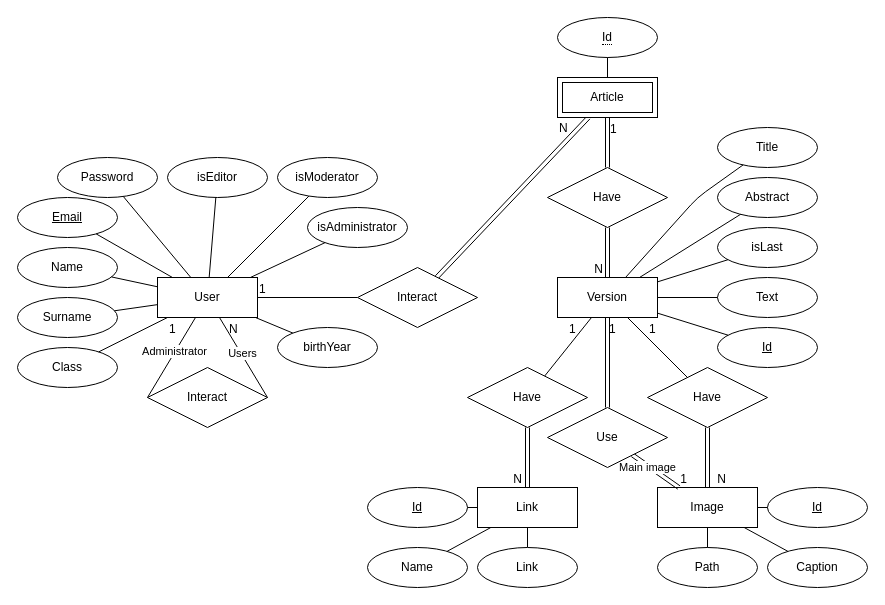
Above: docs/ER/wikistudenti_er.drawio in LucaAvveduto/5C_WikiStudenti_Avveduto_Barani_Brambilla_Cecire (draw.io), before the change. Source tidied: cells renumbered, new cells numbered last; positions are measured from the earlier drawing's top-left corner, leaving out a move shared by most shapes. Both pictures are drawn from the tidied source at 100%, with x=0, y=0 at pixel (17, 17).
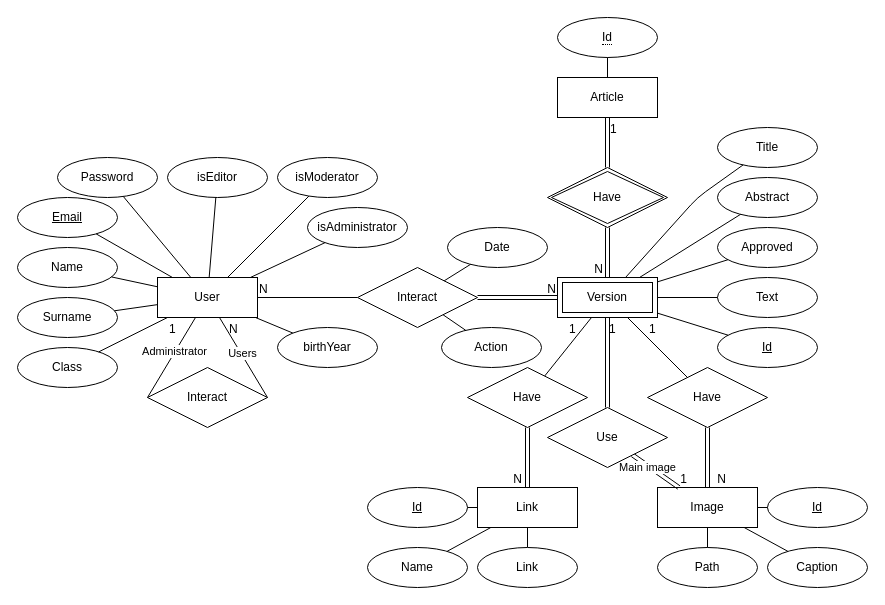
After the change.

The change refers to these unchanged cells:
```xml
<mxCell id="15" style="endArrow=none;html=1;rounded=0;" parent="1" edge="1" source="2" target="17">
  <mxGeometry relative="1" as="geometry" />
</mxCell>
<mxCell id="17" value="Interact" style="shape=rhombus;perimeter=rhombusPerimeter;whiteSpace=wrap;html=1;align=center;" parent="1" vertex="1">
  <mxGeometry x="340" y="250" width="120" height="60" as="geometry" />
</mxCell>
```

The edit, as a diff of the source:
```diff
@@
-    <mxCell id="3" value="Version" style="whiteSpace=wrap;html=1;align=center;" parent="1" vertex="1">
-      <mxGeometry x="540" y="260" width="100" height="40" as="geometry" />
-    </mxCell>
@@
-    <mxCell id="13" style="endArrow=none;html=1;rounded=0;shape=link;" parent="1" edge="1" source="17" target="74">
+    <mxCell id="13" style="endArrow=none;html=1;rounded=0;shape=link;" parent="1" edge="1" source="17" target="3">
       <mxGeometry relative="1" as="geometry" />
     </mxCell>
@@
-    <mxCell id="16" value="1" style="html=1;whiteSpace=wrap;align=left;verticalAlign=bottom;" parent="15" vertex="1">
+    <mxCell id="16" value="N" style="html=1;whiteSpace=wrap;align=left;verticalAlign=bottom;" parent="15" vertex="1">
       <mxGeometry x="-1" relative="1" as="geometry" />
     </mxCell>
@@
-    <mxCell id="59" value="isLast" style="ellipse;whiteSpace=wrap;html=1;align=center;" parent="1" vertex="1">
+    <mxCell id="59" value="Approved" style="ellipse;whiteSpace=wrap;html=1;align=center;" parent="1" vertex="1">
       <mxGeometry x="700" y="210" width="100" height="40" as="geometry" />
     </mxCell>
@@
-    <mxCell id="74" value="Article" style="shape=ext;margin=3;double=1;whiteSpace=wrap;html=1;align=center;" parent="1" vertex="1">
-      <mxGeometry x="540" y="60" width="100" height="40" as="geometry" />
-    </mxCell>
@@
-    <mxCell id="79" value="Have" style="shape=rhombus;perimeter=rhombusPerimeter;whiteSpace=wrap;html=1;align=center;" parent="1" vertex="1">
-      <mxGeometry x="530" y="150" width="120" height="60" as="geometry" />
-    </mxCell>
-    <mxCell id="80" value="N" style="html=1;whiteSpace=wrap;align=left;verticalAlign=bottom;" parent="1" vertex="1">
-      <mxGeometry x="270" y="280" as="geometry">
-        <mxPoint x="270" y="-161" as="offset" />
-      </mxGeometry>
-    </mxCell>
@@
+    <mxCell id="83" value="Action" style="ellipse;whiteSpace=wrap;html=1;align=center;" parent="1" vertex="1">
+      <mxGeometry x="424" y="310" width="100" height="40" as="geometry" />
+    </mxCell>
+    <mxCell id="84" value="Date" style="ellipse;whiteSpace=wrap;html=1;align=center;" parent="1" vertex="1">
+      <mxGeometry x="430" y="210" width="100" height="40" as="geometry" />
+    </mxCell>
+    <mxCell id="85" style="endArrow=none;html=1;rounded=0;" parent="1" edge="1" source="17" target="84">
+      <mxGeometry relative="1" as="geometry" />
+    </mxCell>
+    <mxCell id="86" style="endArrow=none;html=1;rounded=0;" parent="1" edge="1" source="83" target="17">
+      <mxGeometry relative="1" as="geometry" />
+    </mxCell>
+    <mxCell id="3" value="Version" style="shape=ext;margin=3;double=1;whiteSpace=wrap;html=1;align=center;" parent="1" vertex="1">
+      <mxGeometry x="540" y="260" width="100" height="40" as="geometry" />
+    </mxCell>
+    <mxCell id="79" value="Have" style="shape=rhombus;double=1;perimeter=rhombusPerimeter;whiteSpace=wrap;html=1;align=center;" parent="1" vertex="1">
+      <mxGeometry x="530" y="150" width="120" height="60" as="geometry" />
+    </mxCell>
+    <mxCell id="74" value="Article" style="whiteSpace=wrap;html=1;align=center;" parent="1" vertex="1">
+      <mxGeometry x="540" y="60" width="100" height="40" as="geometry" />
+    </mxCell>
```
